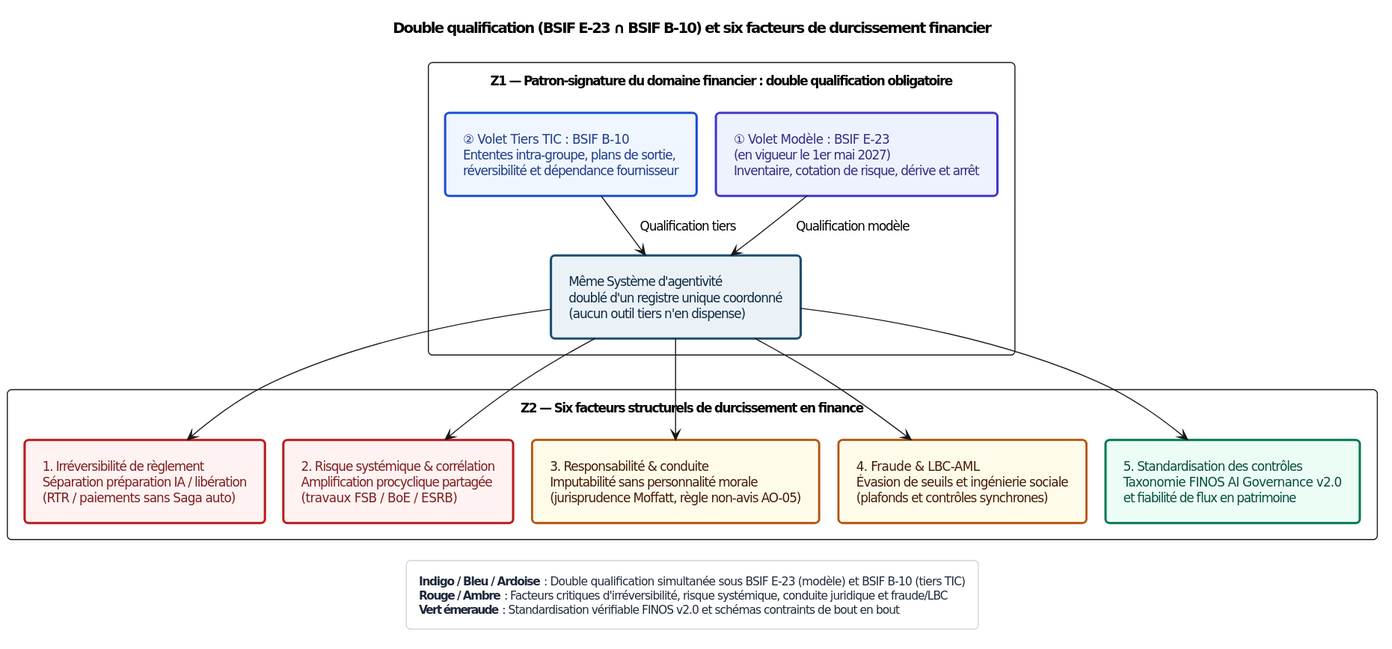
Above: Sources/Compendium/ouvrage/schemas/rendus/SCH-28-04.svg in agbruneau/Agentique (PlantUML), before the change.
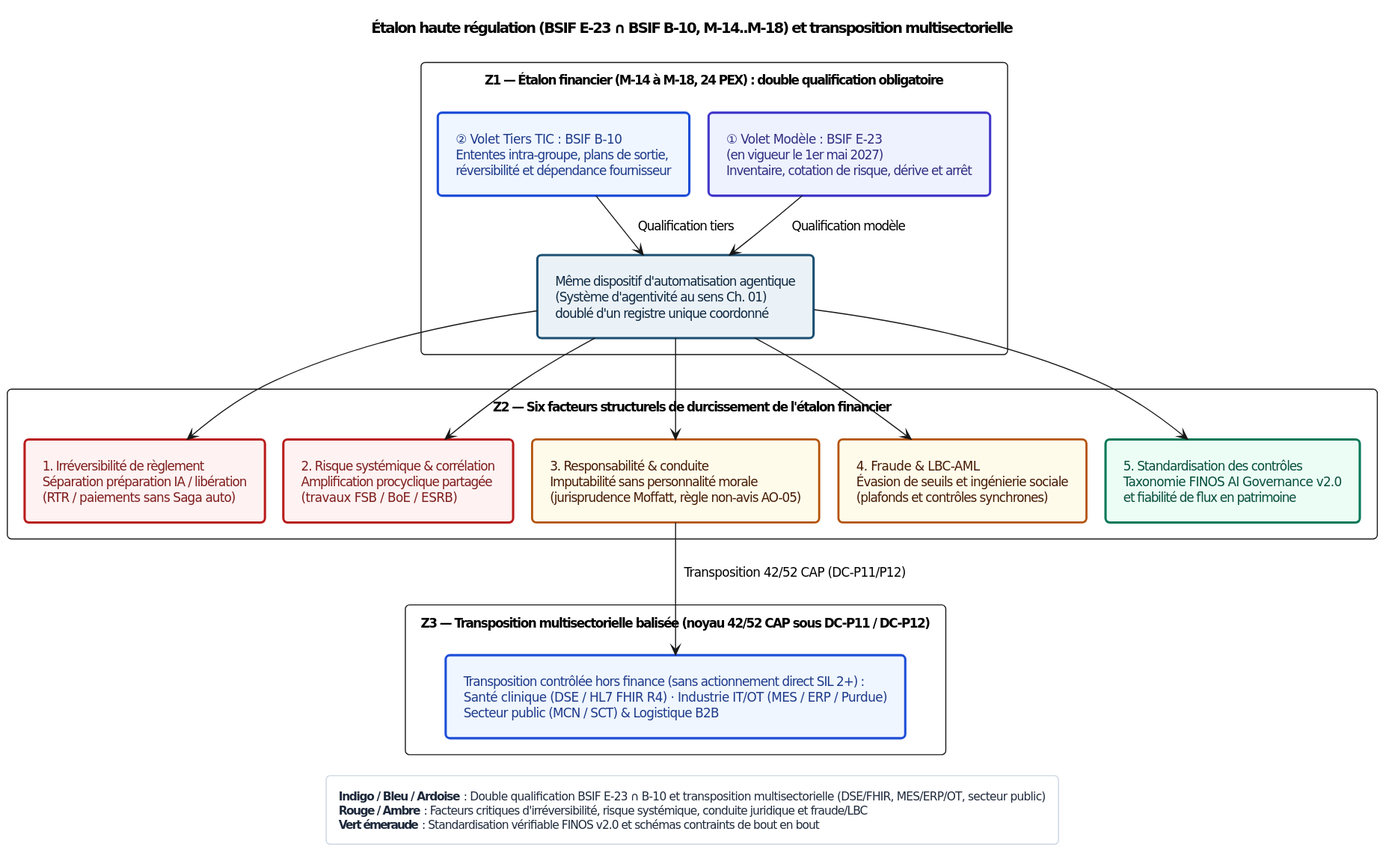
Above is the later version.

Diff of the diagram source:
```diff
@@ -21,17 +21,17 @@
 skinparam padding 7
 
 top to bottom direction
-title Double qualification (BSIF E-23 ∩ BSIF B-10) et six facteurs de durcissement financier
+title Étalon haute régulation (BSIF E-23 ∩ BSIF B-10, M-14..M-18) et transposition multisectorielle
 
-package "Z1 — Patron-signature du domaine financier : double qualification obligatoire" {
+package "Z1 — Étalon financier (M-14 à M-18, 24 PEX) : double qualification obligatoire" {
   rectangle "① Volet Modèle : BSIF E-23\n(en vigueur le 1er mai 2027)\nInventaire, cotation de risque, dérive et arrêt" as M1 <<indigo>>
-  rectangle "Même Système d'agentivité\ndoublé d'un registre unique coordonné\n(aucun outil tiers n'en dispense)" as CORE <<det>>
+  rectangle "Même dispositif d'automatisation agentique\n(Système d'agentivité au sens Ch. 01)\ndoublé d'un registre unique coordonné" as CORE <<det>>
   rectangle "② Volet Tiers TIC : BSIF B-10\nEntentes intra-groupe, plans de sortie,\nréversibilité et dépendance fournisseur" as M2 <<blue>>
   M1 --> CORE : Qualification modèle
   M2 --> CORE : Qualification tiers
 }
 
-package "Z2 — Six facteurs structurels de durcissement en finance" {
+package "Z2 — Six facteurs structurels de durcissement de l'étalon financier" {
   rectangle "1. Irréversibilité de règlement\nSéparation préparation IA / libération\n(RTR / paiements sans Saga auto)" as F1 <<red>>
   rectangle "2. Risque systémique & corrélation\nAmplification procyclique partagée\n(travaux FSB / BoE / ESRB)" as F2 <<red>>
   rectangle "3. Responsabilité & conduite\nImputabilité sans personnalité morale\n(jurisprudence Moffatt, règle non-avis AO-05)" as F3 <<amber>>
@@ -39,14 +39,19 @@
   rectangle "5. Standardisation des contrôles\nTaxonomie FINOS AI Governance v2.0\net fiabilité de flux en patrimoine" as F5 <<green>>
 }
 
+package "Z3 — Transposition multisectorielle balisée (noyau 42/52 CAP sous DC-P11 / DC-P12)" {
+  rectangle "Transposition contrôlée hors finance (sans actionnement direct SIL 2+) :\nSanté clinique (DSE / HL7 FHIR R4) · Industrie IT/OT (MES / ERP / Purdue)\nSecteur public (MCN / SCT) & Logistique B2B" as T1 <<blue>>
+}
+
 CORE --> F1
 CORE --> F2
 CORE --> F3
 CORE --> F4
 CORE --> F5
+F3 --> T1 : Transposition 42/52 CAP (DC-P11/P12)
 
 legend bottom
-  **Indigo / Bleu / Ardoise** : Double qualification simultanée sous BSIF E-23 (modèle) et BSIF B-10 (tiers TIC)
+  **Indigo / Bleu / Ardoise** : Double qualification BSIF E-23 ∩ B-10 et transposition multisectorielle (DSE/FHIR, MES/ERP/OT, secteur public)
   **Rouge / Ambre** : Facteurs critiques d'irréversibilité, risque systémique, conduite juridique et fraude/LBC
   **Vert émeraude** : Standardisation vérifiable FINOS v2.0 et schémas contraints de bout en bout
 end legend
```
